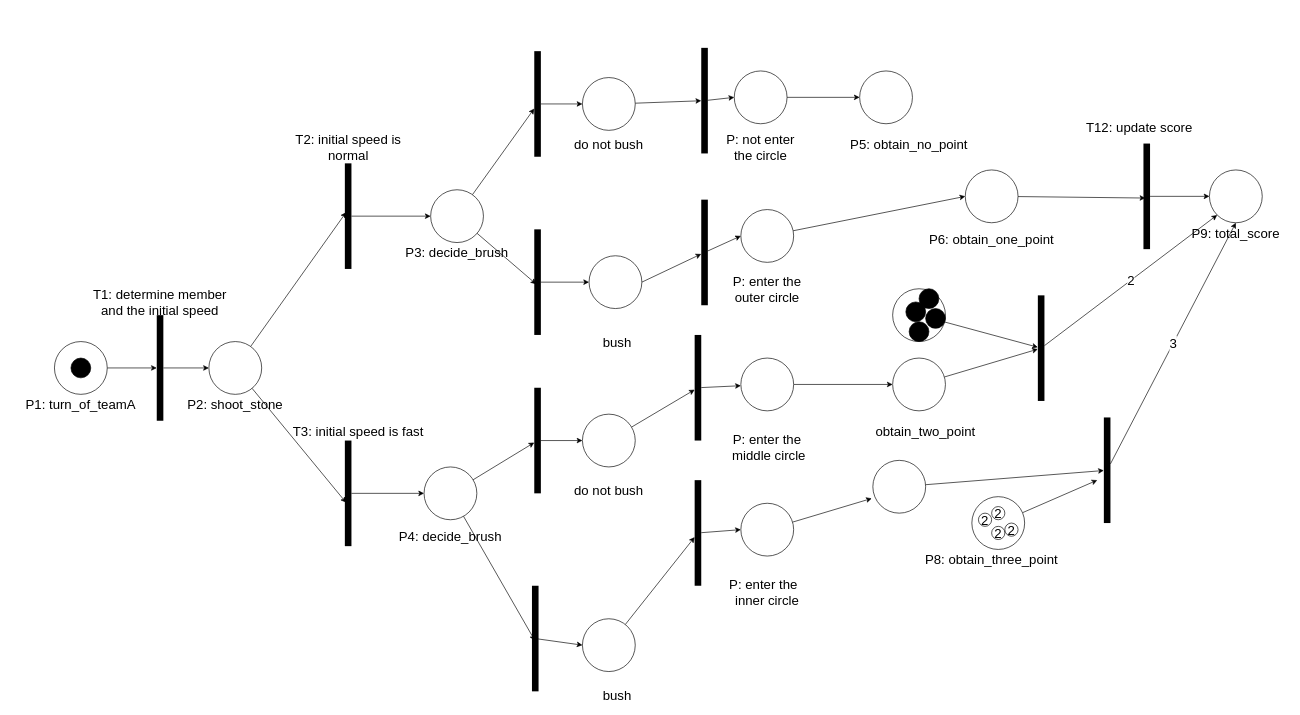
This is 3100asmt3q2.drawio from wkng0/heyy, a draw.io file, before an edit. Source tidied: cells renumbered, new cells numbered last; positions are measured from the earlier drawing's top-left corner, leaving out a move shared by most shapes. Both pictures are drawn from the tidied source at 66%, with x=0, y=0 at pixel (11, 48).
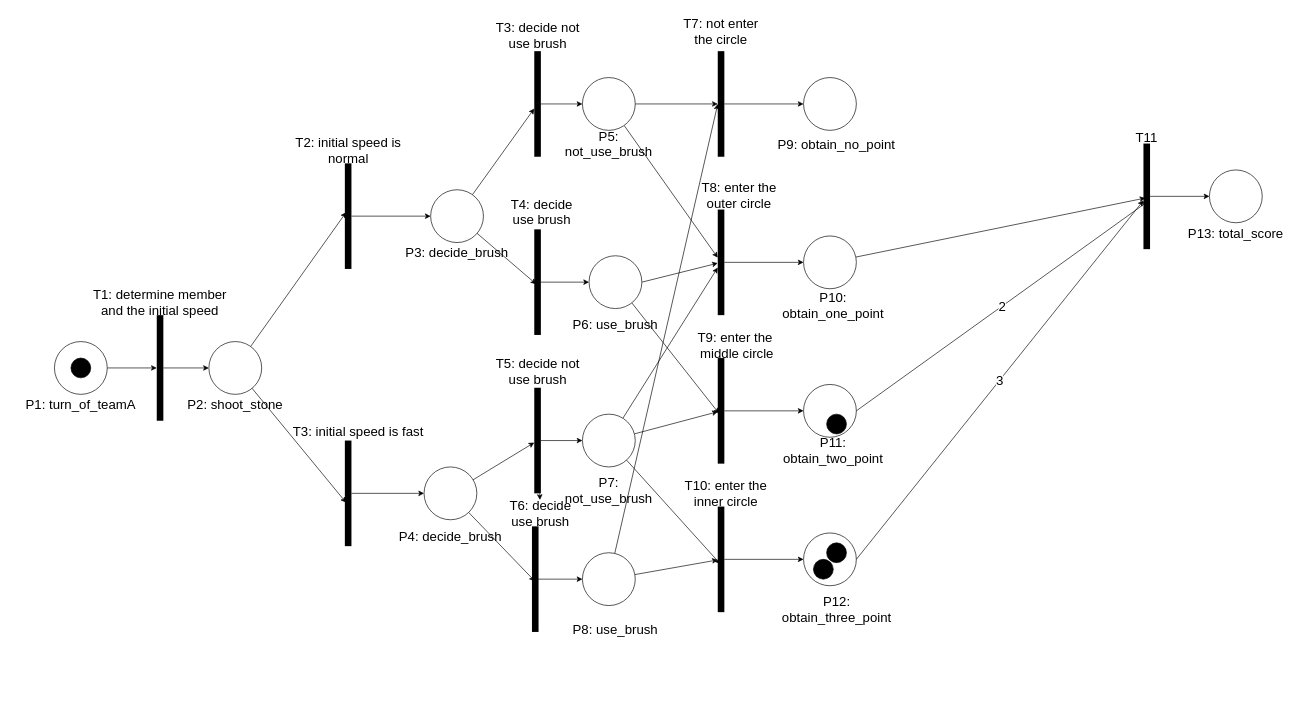
Above is the later version.

Unchanged cells that the change refers to:
```xml
<mxCell id="32" style="line;strokeWidth=10;direction=south;html=1;fontSize=20;fillColor=#FFFFFF;" parent="1" vertex="1">
  <mxGeometry x="792" y="515" width="10" height="160" as="geometry" />
</mxCell>
<mxCell id="38" style="ellipse;whiteSpace=wrap;html=1;fontSize=20;strokeWidth=1;fillColor=#FFFFFF;" parent="1" vertex="1">
  <mxGeometry x="1815" y="185" width="80" height="80" as="geometry" />
</mxCell>
<mxCell id="48" style="line;strokeWidth=10;direction=south;html=1;fontSize=20;fillColor=#FFFFFF;" parent="1" vertex="1">
  <mxGeometry x="1715" y="145" width="10" height="160" as="geometry" />
</mxCell>
<mxCell id="64" style="ellipse;whiteSpace=wrap;html=1;" parent="1" vertex="1">
  <mxGeometry x="865" y="45" width="80" height="80" as="geometry" />
</mxCell>
<mxCell id="66" style="ellipse;whiteSpace=wrap;html=1;" parent="1" vertex="1">
  <mxGeometry x="875" y="315" width="80" height="80" as="geometry" />
</mxCell>
<mxCell id="68" style="ellipse;whiteSpace=wrap;html=1;" parent="1" vertex="1">
  <mxGeometry x="865" y="555" width="80" height="80" as="geometry" />
</mxCell>
```

Change to the diagram source:
```diff
@@
     <mxCell id="17" value="T2: initial speed is normal" style="text;html=1;strokeColor=none;fillColor=none;align=center;verticalAlign=middle;whiteSpace=wrap;rounded=0;fontSize=20;" parent="1" vertex="1">
-      <mxGeometry x="409.5" y="135" width="201" height="30" as="geometry" />
+      <mxGeometry x="409.5" y="140" width="201" height="30" as="geometry" />
     </mxCell>
@@
+    <mxCell id="100" style="edgeStyle=none;rounded=0;jettySize=auto;html=1;fontSize=20;" parent="1" edge="1" source="32" target="119">
+      <mxGeometry relative="1" as="geometry" />
+    </mxCell>
@@
     <mxCell id="34" style="line;strokeWidth=10;direction=south;html=1;fontSize=20;fillColor=#FFFFFF;" parent="1" vertex="1">
-      <mxGeometry x="792" y="815" width="3" height="160" as="geometry" />
+      <mxGeometry x="792" y="725" width="3" height="160" as="geometry" />
     </mxCell>
@@
     <mxCell id="36" style="ellipse;whiteSpace=wrap;html=1;fontSize=20;strokeWidth=1;fillColor=#FFFFFF;" parent="1" vertex="1">
-      <mxGeometry x="1445" y="185" width="80" height="80" as="geometry" />
+      <mxGeometry x="1200" y="285" width="80" height="80" as="geometry" />
     </mxCell>
-    <mxCell id="37" value="P6: obtain_one_point" style="text;html=1;strokeColor=none;fillColor=none;align=center;verticalAlign=middle;whiteSpace=wrap;rounded=0;fontSize=20;" parent="1" vertex="1">
-      <mxGeometry x="1375" y="275" width="220" height="30" as="geometry" />
-    </mxCell>
@@
-    <mxCell id="39" value="P9: total_score" style="text;html=1;strokeColor=none;fillColor=none;align=center;verticalAlign=middle;whiteSpace=wrap;rounded=0;fontSize=20;" parent="1" vertex="1">
+    <mxCell id="39" value="P13: total_score" style="text;html=1;strokeColor=none;fillColor=none;align=center;verticalAlign=middle;whiteSpace=wrap;rounded=0;fontSize=20;" parent="1" vertex="1">
       <mxGeometry x="1775" y="265" width="160" height="30" as="geometry" />
     </mxCell>
-    <mxCell id="40" value="P: not enter the circle" style="text;html=1;strokeColor=none;fillColor=none;align=center;verticalAlign=middle;whiteSpace=wrap;rounded=0;fontSize=20;" parent="1" vertex="1">
-      <mxGeometry x="1070" y="130" width="130" height="40" as="geometry" />
-    </mxCell>
     <mxCell id="41" style="ellipse;whiteSpace=wrap;html=1;fontSize=20;strokeWidth=1;fillColor=#FFFFFF;" parent="1" vertex="1">
-      <mxGeometry x="1285" y="35" width="80" height="80" as="geometry" />
+      <mxGeometry x="1200" y="45" width="80" height="80" as="geometry" />
     </mxCell>
-    <mxCell id="42" value="P5: obtain_no_point" style="text;html=1;strokeColor=none;fillColor=none;align=center;verticalAlign=middle;whiteSpace=wrap;rounded=0;fontSize=20;" parent="1" vertex="1">
-      <mxGeometry x="1255" y="130" width="210" height="30" as="geometry" />
+    <mxCell id="42" value="P9: obtain_no_point" style="text;html=1;strokeColor=none;fillColor=none;align=center;verticalAlign=middle;whiteSpace=wrap;rounded=0;fontSize=20;" parent="1" vertex="1">
+      <mxGeometry x="1145" y="130" width="210" height="30" as="geometry" />
     </mxCell>
-    <mxCell id="43" value="P: enter the outer circle" style="text;html=1;strokeColor=none;fillColor=none;align=center;verticalAlign=middle;whiteSpace=wrap;rounded=0;fontSize=20;" parent="1" vertex="1">
-      <mxGeometry x="1080" y="345" width="130" height="40" as="geometry" />
-    </mxCell>
-    <mxCell id="44" value="P: enter the &amp;nbsp;middle circle" style="text;html=1;strokeColor=none;fillColor=none;align=center;verticalAlign=middle;whiteSpace=wrap;rounded=0;fontSize=20;" parent="1" vertex="1">
-      <mxGeometry x="1080" y="585" width="130" height="40" as="geometry" />
-    </mxCell>
-    <mxCell id="45" style="edgeStyle=none;rounded=0;jettySize=auto;html=1;" parent="1" edge="1" source="46" target="86">
-      <mxGeometry relative="1" as="geometry" />
-    </mxCell>
-    <mxCell id="46" style="ellipse;whiteSpace=wrap;html=1;fontSize=20;strokeWidth=1;fillColor=#FFFFFF;" parent="1" vertex="1">
-      <mxGeometry x="1335" y="365" width="80" height="80" as="geometry" />
-    </mxCell>
@@
-    <mxCell id="49" value="T12: update score" style="text;html=1;strokeColor=none;fillColor=none;align=center;verticalAlign=middle;whiteSpace=wrap;rounded=0;fontSize=20;" parent="1" vertex="1">
-      <mxGeometry x="1619" y="95" width="180" height="50" as="geometry" />
+    <mxCell id="49" value="T11" style="text;html=1;strokeColor=none;fillColor=none;align=center;verticalAlign=middle;whiteSpace=wrap;rounded=0;fontSize=20;" parent="1" vertex="1">
+      <mxGeometry x="1630" y="110" width="180" height="50" as="geometry" />
     </mxCell>
-    <mxCell id="50" value="P: enter the &amp;nbsp; inner circle" style="text;html=1;strokeColor=none;fillColor=none;align=center;verticalAlign=middle;whiteSpace=wrap;rounded=0;fontSize=20;" parent="1" vertex="1">
-      <mxGeometry x="1080" y="805" width="130" height="40" as="geometry" />
-    </mxCell>
-    <mxCell id="51" style="edgeStyle=none;rounded=0;jettySize=auto;html=1;entryX=0.594;entryY=2;entryDx=0;entryDy=0;entryPerimeter=0;fontSize=20;" parent="1" edge="1" source="52" target="99">
-      <mxGeometry relative="1" as="geometry" />
-    </mxCell>
-    <mxCell id="52" style="ellipse;whiteSpace=wrap;html=1;fontSize=20;strokeWidth=1;fillColor=#FFFFFF;" parent="1" vertex="1">
-      <mxGeometry x="1455" y="680" width="80" height="80" as="geometry" />
-    </mxCell>
-    <mxCell id="53" value="P8: obtain_three_point" style="text;html=1;strokeColor=none;fillColor=none;align=center;verticalAlign=middle;whiteSpace=wrap;rounded=0;fontSize=20;" parent="1" vertex="1">
-      <mxGeometry x="1375" y="760" width="220" height="30" as="geometry" />
+    <mxCell id="53" value="P12: obtain_three_point" style="text;html=1;strokeColor=none;fillColor=none;align=center;verticalAlign=middle;whiteSpace=wrap;rounded=0;fontSize=20;" parent="1" vertex="1">
+      <mxGeometry x="1146.5" y="835" width="207" height="30" as="geometry" />
     </mxCell>
@@
-    <mxCell id="55" style="edgeStyle=none;rounded=0;jettySize=auto;html=1;entryX=0;entryY=0.5;entryDx=0;entryDy=0;" parent="1" edge="1" source="56" target="41">
-      <mxGeometry relative="1" as="geometry" />
-    </mxCell>
-    <mxCell id="56" style="ellipse;whiteSpace=wrap;html=1;" parent="1" vertex="1">
-      <mxGeometry x="1095" y="35" width="80" height="80" as="geometry" />
-    </mxCell>
-    <mxCell id="57" style="edgeStyle=none;rounded=0;jettySize=auto;html=1;entryX=0;entryY=0.5;entryDx=0;entryDy=0;" parent="1" edge="1" source="58" target="36">
-      <mxGeometry relative="1" as="geometry" />
-    </mxCell>
-    <mxCell id="58" style="ellipse;whiteSpace=wrap;html=1;" parent="1" vertex="1">
-      <mxGeometry x="1105" y="245" width="80" height="80" as="geometry" />
-    </mxCell>
-    <mxCell id="59" style="edgeStyle=none;rounded=0;jettySize=auto;html=1;" parent="1" edge="1" source="60" target="84">
-      <mxGeometry relative="1" as="geometry" />
-    </mxCell>
-    <mxCell id="60" style="ellipse;whiteSpace=wrap;html=1;" parent="1" vertex="1">
-      <mxGeometry x="1105" y="470" width="80" height="80" as="geometry" />
-    </mxCell>
-    <mxCell id="61" style="edgeStyle=none;rounded=0;jettySize=auto;html=1;entryX=-0.021;entryY=0.721;entryDx=0;entryDy=0;entryPerimeter=0;fontSize=20;" parent="1" edge="1" source="62" target="97">
-      <mxGeometry relative="1" as="geometry" />
-    </mxCell>
-    <mxCell id="62" style="ellipse;whiteSpace=wrap;html=1;" parent="1" vertex="1">
-      <mxGeometry x="1105" y="690" width="80" height="80" as="geometry" />
-    </mxCell>
-    <mxCell id="63" style="edgeStyle=none;rounded=0;jettySize=auto;html=1;" parent="1" edge="1" source="64" target="78">
+    <mxCell id="63" style="edgeStyle=none;rounded=0;jettySize=auto;html=1;fontSize=20;" parent="1" edge="1" source="64" target="78">
       <mxGeometry relative="1" as="geometry" />
     </mxCell>
+    <mxCell id="101" style="rounded=0;jettySize=auto;html=1;fontSize=20;" parent="1" edge="1" source="64" target="76">
+      <mxGeometry relative="1" as="geometry" />
+    </mxCell>
@@
+    <mxCell id="102" style="edgeStyle=none;rounded=0;jettySize=auto;html=1;entryX=0.525;entryY=0.8;entryDx=0;entryDy=0;entryPerimeter=0;fontSize=20;" parent="1" edge="1" source="66" target="74">
+      <mxGeometry relative="1" as="geometry" />
+    </mxCell>
@@
+    <mxCell id="103" style="edgeStyle=none;rounded=0;jettySize=auto;html=1;fontSize=20;" parent="1" edge="1" source="68" target="76">
+      <mxGeometry relative="1" as="geometry" />
+    </mxCell>
+    <mxCell id="104" style="edgeStyle=none;rounded=0;jettySize=auto;html=1;entryX=0.544;entryY=0.6;entryDx=0;entryDy=0;entryPerimeter=0;fontSize=20;" parent="1" edge="1" source="68" target="72">
+      <mxGeometry relative="1" as="geometry" />
+    </mxCell>
@@
+    <mxCell id="105" style="edgeStyle=none;rounded=0;jettySize=auto;html=1;entryX=0.5;entryY=1;entryDx=0;entryDy=0;entryPerimeter=0;fontSize=20;" parent="1" edge="1" source="70" target="78">
+      <mxGeometry relative="1" as="geometry" />
+    </mxCell>
     <mxCell id="70" style="ellipse;whiteSpace=wrap;html=1;" parent="1" vertex="1">
-      <mxGeometry x="865" y="865" width="80" height="80" as="geometry" />
+      <mxGeometry x="865" y="765" width="80" height="80" as="geometry" />
     </mxCell>
-    <mxCell id="71" style="edgeStyle=none;rounded=0;jettySize=auto;html=1;entryX=0;entryY=0.5;entryDx=0;entryDy=0;fontSize=20;" parent="1" edge="1" source="72" target="62">
-      <mxGeometry relative="1" as="geometry" />
-    </mxCell>
+    <mxCell id="106" style="edgeStyle=none;rounded=0;jettySize=auto;html=1;fontSize=20;" parent="1" edge="1" source="72" target="97">
+      <mxGeometry relative="1" as="geometry" />
+    </mxCell>
     <mxCell id="72" style="line;strokeWidth=10;direction=south;html=1;fontSize=20;fillColor=#FFFFFF;" parent="1" vertex="1">
-      <mxGeometry x="1035" y="655" width="10" height="160" as="geometry" />
+      <mxGeometry x="1070" y="695" width="10" height="160" as="geometry" />
     </mxCell>
-    <mxCell id="73" style="edgeStyle=none;rounded=0;jettySize=auto;html=1;" parent="1" edge="1" source="74" target="60">
-      <mxGeometry relative="1" as="geometry" />
-    </mxCell>
+    <mxCell id="107" style="edgeStyle=none;rounded=0;jettySize=auto;html=1;entryX=0;entryY=0.5;entryDx=0;entryDy=0;fontSize=20;" parent="1" edge="1" source="74" target="84">
+      <mxGeometry relative="1" as="geometry" />
+    </mxCell>
     <mxCell id="74" style="line;strokeWidth=10;direction=south;html=1;fontSize=20;fillColor=#FFFFFF;" parent="1" vertex="1">
-      <mxGeometry x="1035" y="435" width="10" height="160" as="geometry" />
+      <mxGeometry x="1070" y="470" width="10" height="160" as="geometry" />
     </mxCell>
-    <mxCell id="75" style="edgeStyle=none;rounded=0;jettySize=auto;html=1;entryX=0;entryY=0.5;entryDx=0;entryDy=0;" parent="1" edge="1" source="76" target="58">
-      <mxGeometry relative="1" as="geometry" />
-    </mxCell>
+    <mxCell id="108" style="edgeStyle=none;rounded=0;jettySize=auto;html=1;entryX=0;entryY=0.5;entryDx=0;entryDy=0;fontSize=20;" parent="1" edge="1" source="76" target="36">
+      <mxGeometry relative="1" as="geometry" />
+    </mxCell>
     <mxCell id="76" style="line;strokeWidth=10;direction=south;html=1;fontSize=20;fillColor=#FFFFFF;" parent="1" vertex="1">
-      <mxGeometry x="1045" y="230" width="10" height="160" as="geometry" />
+      <mxGeometry x="1070" y="245" width="10" height="160" as="geometry" />
     </mxCell>
-    <mxCell id="77" style="edgeStyle=none;rounded=0;jettySize=auto;html=1;entryX=0;entryY=0.5;entryDx=0;entryDy=0;" parent="1" edge="1" source="78" target="56">
-      <mxGeometry relative="1" as="geometry" />
-    </mxCell>
+    <mxCell id="109" style="edgeStyle=none;rounded=0;jettySize=auto;html=1;fontSize=20;" parent="1" edge="1" source="78" target="41">
+      <mxGeometry relative="1" as="geometry" />
+    </mxCell>
     <mxCell id="78" style="line;strokeWidth=10;direction=south;html=1;fontSize=20;fillColor=#FFFFFF;" parent="1" vertex="1">
-      <mxGeometry x="1045" width="10" height="160" as="geometry" />
+      <mxGeometry x="1070" y="5" width="10" height="160" as="geometry" />
     </mxCell>
-    <mxCell id="79" value="do not bush" style="text;html=1;strokeColor=none;fillColor=none;align=center;verticalAlign=middle;whiteSpace=wrap;rounded=0;fontSize=20;" parent="1" vertex="1">
+    <mxCell id="79" value="P5: not_use_brush" style="text;html=1;strokeColor=none;fillColor=none;align=center;verticalAlign=middle;whiteSpace=wrap;rounded=0;fontSize=20;" parent="1" vertex="1">
       <mxGeometry x="825" y="130" width="160" height="30" as="geometry" />
     </mxCell>
-    <mxCell id="80" value="do not bush" style="text;html=1;strokeColor=none;fillColor=none;align=center;verticalAlign=middle;whiteSpace=wrap;rounded=0;fontSize=20;" parent="1" vertex="1">
+    <mxCell id="80" value="P7: not_use_brush" style="text;html=1;strokeColor=none;fillColor=none;align=center;verticalAlign=middle;whiteSpace=wrap;rounded=0;fontSize=20;" parent="1" vertex="1">
       <mxGeometry x="825" y="655" width="160" height="30" as="geometry" />
     </mxCell>
-    <mxCell id="81" value="&amp;nbsp;bush" style="text;html=1;strokeColor=none;fillColor=none;align=center;verticalAlign=middle;whiteSpace=wrap;rounded=0;fontSize=20;" parent="1" vertex="1">
-      <mxGeometry x="835" y="430" width="160" height="30" as="geometry" />
+    <mxCell id="81" value="P6: use_brush" style="text;html=1;strokeColor=none;fillColor=none;align=center;verticalAlign=middle;whiteSpace=wrap;rounded=0;fontSize=20;" parent="1" vertex="1">
+      <mxGeometry x="835" y="400" width="160" height="35" as="geometry" />
     </mxCell>
-    <mxCell id="82" value="&amp;nbsp;bush" style="text;html=1;strokeColor=none;fillColor=none;align=center;verticalAlign=middle;whiteSpace=wrap;rounded=0;fontSize=20;" parent="1" vertex="1">
-      <mxGeometry x="835" y="965" width="160" height="30" as="geometry" />
+    <mxCell id="82" value="P8: use_brush" style="text;html=1;strokeColor=none;fillColor=none;align=center;verticalAlign=middle;whiteSpace=wrap;rounded=0;fontSize=20;" parent="1" vertex="1">
+      <mxGeometry x="835" y="865" width="160" height="30" as="geometry" />
     </mxCell>
-    <mxCell id="83" style="edgeStyle=none;rounded=0;jettySize=auto;html=1;" parent="1" edge="1" source="84" target="86">
-      <mxGeometry relative="1" as="geometry" />
-    </mxCell>
     <mxCell id="84" style="ellipse;whiteSpace=wrap;html=1;" parent="1" vertex="1">
-      <mxGeometry x="1335" y="470" width="80" height="80" as="geometry" />
+      <mxGeometry x="1200" y="510" width="80" height="80" as="geometry" />
     </mxCell>
-    <mxCell id="85" value="&lt;font style=&quot;font-size: 20px&quot;&gt;2&lt;/font&gt;" style="edgeStyle=none;rounded=0;jettySize=auto;html=1;entryX=0;entryY=1;entryDx=0;entryDy=0;" parent="1" edge="1" source="86" target="38">
+    <mxCell id="85" value="&lt;font style=&quot;font-size: 20px&quot;&gt;2&lt;/font&gt;" style="edgeStyle=none;rounded=0;jettySize=auto;html=1;entryX=0.548;entryY=0.333;entryDx=0;entryDy=0;exitX=1;exitY=0.5;exitDx=0;exitDy=0;entryPerimeter=0;" parent="1" edge="1" source="84" target="48">
       <mxGeometry relative="1" as="geometry" />
     </mxCell>
-    <mxCell id="86" style="line;strokeWidth=10;direction=south;html=1;fontSize=20;fillColor=#FFFFFF;" parent="1" vertex="1">
-      <mxGeometry x="1555" y="375" width="10" height="160" as="geometry" />
-    </mxCell>
-    <mxCell id="87" style="ellipse;whiteSpace=wrap;html=1;fontSize=20;strokeWidth=1;fillColor=#000000;" parent="1" vertex="1">
-      <mxGeometry x="1355" y="385" width="30" height="30" as="geometry" />
-    </mxCell>
-    <mxCell id="88" style="ellipse;whiteSpace=wrap;html=1;fontSize=20;strokeWidth=1;fillColor=#000000;" parent="1" vertex="1">
-      <mxGeometry x="1385" y="395" width="30" height="30" as="geometry" />
-    </mxCell>
     <mxCell id="89" style="ellipse;whiteSpace=wrap;html=1;fontSize=20;strokeWidth=1;fillColor=#000000;" parent="1" vertex="1">
-      <mxGeometry x="1360" y="415" width="30" height="30" as="geometry" />
+      <mxGeometry x="1235" y="555" width="30" height="30" as="geometry" />
     </mxCell>
-    <mxCell id="90" style="ellipse;whiteSpace=wrap;html=1;fontSize=20;strokeWidth=1;fillColor=#000000;" parent="1" vertex="1">
-      <mxGeometry x="1375" y="365" width="30" height="30" as="geometry" />
-    </mxCell>
-    <mxCell id="91" value="2" style="ellipse;whiteSpace=wrap;html=1;fontSize=20;" parent="1" vertex="1">
-      <mxGeometry x="1465" y="705" width="20" height="20" as="geometry" />
-    </mxCell>
-    <mxCell id="92" value="2" style="ellipse;whiteSpace=wrap;html=1;fontSize=20;" parent="1" vertex="1">
-      <mxGeometry x="1485" y="725" width="20" height="20" as="geometry" />
-    </mxCell>
-    <mxCell id="93" value="2" style="ellipse;whiteSpace=wrap;html=1;fontSize=20;" parent="1" vertex="1">
-      <mxGeometry x="1485" y="695" width="20" height="20" as="geometry" />
-    </mxCell>
-    <mxCell id="94" value="2" style="ellipse;whiteSpace=wrap;html=1;fontSize=20;" parent="1" vertex="1">
-      <mxGeometry x="1505" y="720" width="20" height="20" as="geometry" />
-    </mxCell>
-    <mxCell id="95" value="obtain_two_point" style="text;html=1;strokeColor=none;fillColor=none;align=center;verticalAlign=middle;whiteSpace=wrap;rounded=0;fontSize=20;" parent="1" vertex="1">
-      <mxGeometry x="1355" y="565" width="60" height="30" as="geometry" />
+    <mxCell id="95" value="P11: obtain_two_point" style="text;html=1;strokeColor=none;fillColor=none;align=center;verticalAlign=middle;whiteSpace=wrap;rounded=0;fontSize=20;" parent="1" vertex="1">
+      <mxGeometry x="1170" y="590" width="150" height="40" as="geometry" />
     </mxCell>
-    <mxCell id="96" style="edgeStyle=none;rounded=0;jettySize=auto;html=1;fontSize=20;" parent="1" edge="1" source="97" target="99">
-      <mxGeometry relative="1" as="geometry" />
-    </mxCell>
     <mxCell id="97" style="ellipse;whiteSpace=wrap;html=1;fontSize=20;" parent="1" vertex="1">
-      <mxGeometry x="1305" y="625" width="80" height="80" as="geometry" />
+      <mxGeometry x="1200" y="735" width="80" height="80" as="geometry" />
     </mxCell>
-    <mxCell id="98" value="3" style="edgeStyle=none;rounded=0;jettySize=auto;html=1;entryX=0.5;entryY=0;entryDx=0;entryDy=0;fontSize=20;" parent="1" edge="1" source="99" target="39">
+    <mxCell id="98" value="3" style="edgeStyle=none;rounded=0;jettySize=auto;html=1;fontSize=20;exitX=1;exitY=0.5;exitDx=0;exitDy=0;" parent="1" edge="1" source="97" target="48">
       <mxGeometry relative="1" as="geometry" />
     </mxCell>
-    <mxCell id="99" style="line;strokeWidth=10;direction=south;html=1;fontSize=20;fillColor=#FFFFFF;" parent="1" vertex="1">
-      <mxGeometry x="1655" y="560" width="10" height="160" as="geometry" />
-    </mxCell>
+    <mxCell id="110" style="ellipse;whiteSpace=wrap;html=1;fontSize=20;strokeWidth=1;fillColor=#000000;" parent="1" vertex="1">
+      <mxGeometry x="1215" y="775" width="30" height="30" as="geometry" />
+    </mxCell>
+    <mxCell id="111" style="ellipse;whiteSpace=wrap;html=1;fontSize=20;strokeWidth=1;fillColor=#000000;" parent="1" vertex="1">
+      <mxGeometry x="1235" y="750" width="30" height="30" as="geometry" />
+    </mxCell>
+    <mxCell id="112" value="T3: decide not use brush" style="text;html=1;strokeColor=none;fillColor=none;align=center;verticalAlign=middle;whiteSpace=wrap;rounded=0;fontSize=20;" parent="1" vertex="1">
+      <mxGeometry x="727.8" y="-35" width="138.5" height="30" as="geometry" />
+    </mxCell>
+    <mxCell id="113" value="T5: decide not use brush" style="text;html=1;strokeColor=none;fillColor=none;align=center;verticalAlign=middle;whiteSpace=wrap;rounded=0;fontSize=20;" parent="1" vertex="1">
+      <mxGeometry x="731.6" y="465" width="130.9" height="50" as="geometry" />
+    </mxCell>
+    <mxCell id="114" value="T7: not enter the circle" style="text;html=1;strokeColor=none;fillColor=none;align=center;verticalAlign=middle;whiteSpace=wrap;rounded=0;fontSize=20;" parent="1" vertex="1">
+      <mxGeometry x="1010" y="-55" width="130" height="60" as="geometry" />
+    </mxCell>
+    <mxCell id="115" value="T8: enter the outer circle" style="text;html=1;strokeColor=none;fillColor=none;align=center;verticalAlign=middle;whiteSpace=wrap;rounded=0;fontSize=20;" parent="1" vertex="1">
+      <mxGeometry x="1020" y="200" width="165" height="45" as="geometry" />
+    </mxCell>
+    <mxCell id="116" value="T9: enter the &amp;nbsp;middle circle" style="text;html=1;strokeColor=none;fillColor=none;align=center;verticalAlign=middle;whiteSpace=wrap;rounded=0;fontSize=20;" parent="1" vertex="1">
+      <mxGeometry x="1010" y="435" width="173" height="30" as="geometry" />
+    </mxCell>
+    <mxCell id="117" value="T10: enter the inner circle" style="text;html=1;strokeColor=none;fillColor=none;align=center;verticalAlign=middle;whiteSpace=wrap;rounded=0;fontSize=20;" parent="1" vertex="1">
+      <mxGeometry x="1010" y="660" width="145" height="30" as="geometry" />
+    </mxCell>
+    <mxCell id="118" value="&lt;font style=&quot;font-size: 20px&quot;&gt;T4: decide use brush&lt;/font&gt;" style="text;html=1;strokeColor=none;fillColor=none;align=center;verticalAlign=middle;whiteSpace=wrap;rounded=0;" parent="1" vertex="1">
+      <mxGeometry x="752" y="225" width="103" height="45" as="geometry" />
+    </mxCell>
+    <mxCell id="119" value="T6: decide use brush" style="text;html=1;strokeColor=none;fillColor=none;align=center;verticalAlign=middle;whiteSpace=wrap;rounded=0;fontSize=20;" parent="1" vertex="1">
+      <mxGeometry x="747.8" y="685" width="107.2" height="40" as="geometry" />
+    </mxCell>
+    <mxCell id="120" value="P10: obtain_one_point" style="text;html=1;strokeColor=none;fillColor=none;align=center;verticalAlign=middle;whiteSpace=wrap;rounded=0;fontSize=20;" parent="1" vertex="1">
+      <mxGeometry x="1215" y="375" width="60" height="30" as="geometry" />
+    </mxCell>
```
